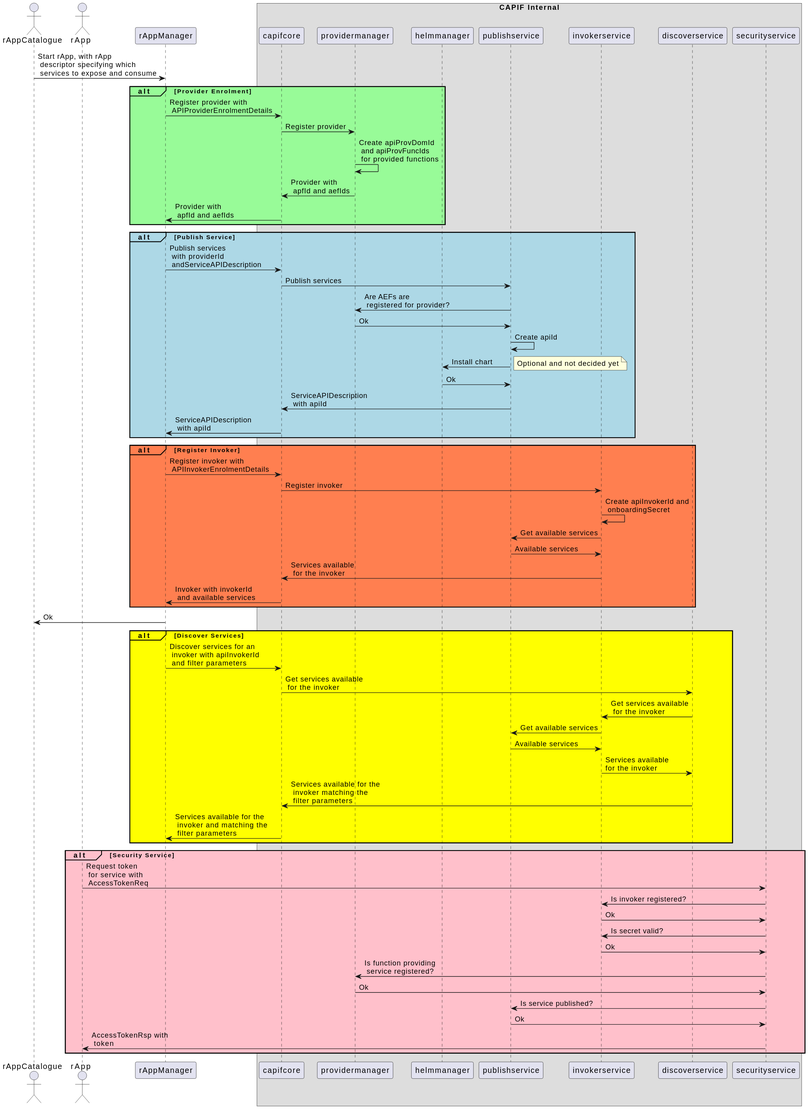
Above: capifcore/docs/diagrams/Register Provider.svg in o-ran-sc/nonrtric-plt-sme (PlantUML), before the change.
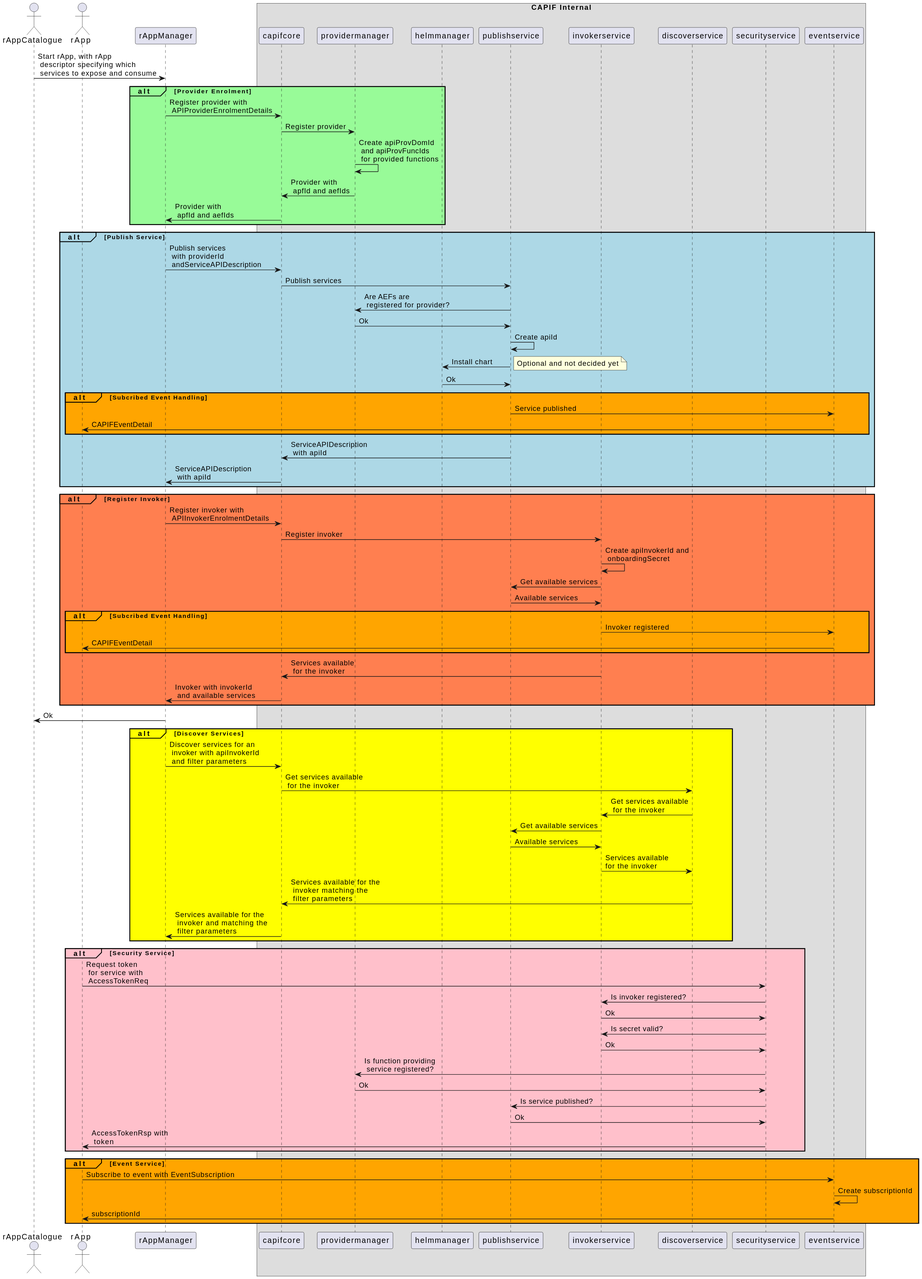
The same diagram one commit later.

Commit message:
Add Event Service to diagrams

Diff of the diagram source:
```diff
@@ -10,6 +10,7 @@
 participant invokerservice
 participant discoverservice
 participant securityservice
+participant eventservice
 end box
 
 rAppCatalogue->rAppManager: Start rApp, with rApp\n descriptor specifying which\n services to expose and consume
@@ -29,6 +30,10 @@
     publishservice->helmmanager: Install chart
     note right: Optional and not decided yet
     helmmanager->publishservice: Ok
+    alt#Orange #Orange Subcribed Event Handling
+        publishservice->eventservice: Service published
+        eventservice->rApp: CAPIFEventDetail
+    end
     publishservice->capifcore: ServiceAPIDescription\n with apiId
     capifcore->rAppManager: ServiceAPIDescription\n with apiId
 end
@@ -38,6 +43,10 @@
     invokerservice->invokerservice: Create apiInvokerId and\n onboardingSecret
     invokerservice->publishservice: Get available services
     publishservice->invokerservice: Available services
+    alt#Orange #Orange Subcribed Event Handling
+        invokerservice->eventservice: Invoker registered
+        eventservice->rApp: CAPIFEventDetail
+    end
     invokerservice->capifcore: Services available\n for the invoker
     capifcore->rAppManager: Invoker with invokerId\n and available services
 end
@@ -66,4 +75,10 @@
     publishservice->securityservice: Ok
     securityservice->rApp: AccessTokenRsp with\n token
 end
+
+alt#Orange #Orange Event Service
+    rApp->eventservice: Subscribe to event with EventSubscription
+    eventservice->eventservice: Create subscriptionId
+    eventservice->rApp: subscriptionId
+end
 @enduml
```
